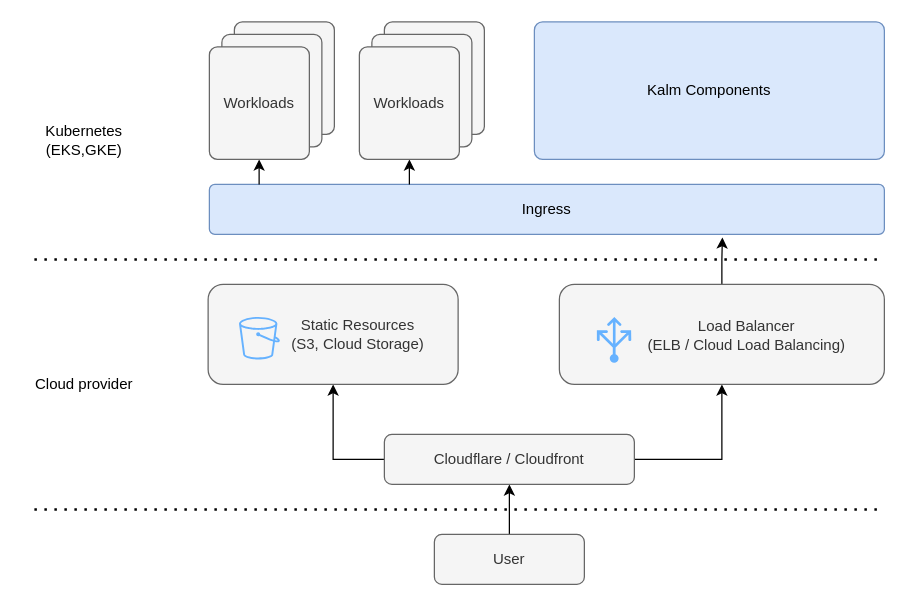
The draw.io diagram whole-picture.drawio in davidqhr/diagrams-storage, before the edit. Source tidied: cells renumbered, new cells numbered last; positions are measured from the earlier drawing's top-left corner, leaving out a move shared by most shapes. Both pictures are drawn from the tidied source at 125%, with x=0, y=0 at pixel (21, 21).
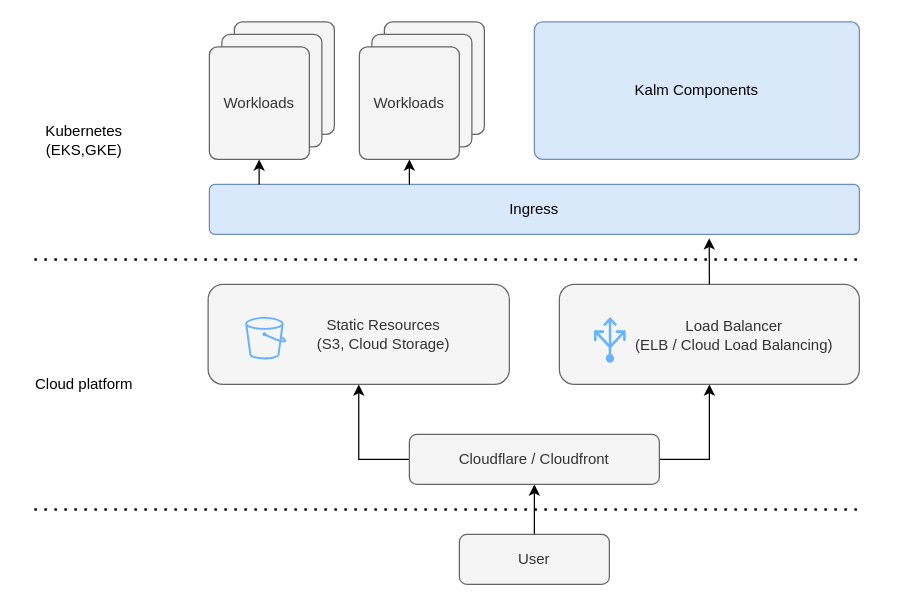
After the change.

What changed in the source:
```diff
@@
     <mxCell id="3" value="User" style="rounded=1;whiteSpace=wrap;html=1;fillColor=#f5f5f5;strokeColor=#666666;fontColor=#333333;" parent="1" vertex="1">
-      <mxGeometry x="330" y="410" width="120" height="40" as="geometry" />
+      <mxGeometry x="350" y="410" width="120" height="40" as="geometry" />
     </mxCell>
@@
     <mxCell id="6" value="Cloudflare / Cloudfront" style="rounded=1;whiteSpace=wrap;html=1;fillColor=#f5f5f5;strokeColor=#666666;fontColor=#333333;" parent="1" vertex="1">
-      <mxGeometry x="290" y="330" width="200" height="40" as="geometry" />
+      <mxGeometry x="310" y="330" width="200" height="40" as="geometry" />
     </mxCell>
@@
-    <mxCell id="8" style="edgeStyle=orthogonalEdgeStyle;rounded=0;jettySize=auto;html=1;entryX=0.76;entryY=1.06;entryDx=0;entryDy=0;entryPerimeter=0;" parent="1" edge="1" source="18" target="11">
-      <mxGeometry relative="1" as="geometry" />
-    </mxCell>
     <mxCell id="9" style="endArrow=none;dashed=1;html=1;dashPattern=1 3;strokeWidth=2;" parent="1" edge="1">
       <mxGeometry relative="1" as="geometry">
         <mxPoint x="10" y="190" as="sourcePoint" />
-        <mxPoint x="690" y="190" as="targetPoint" />
+        <mxPoint x="670" y="190" as="targetPoint" />
       </mxGeometry>
     </mxCell>
     <mxCell id="10" style="endArrow=none;dashed=1;html=1;dashPattern=1 3;strokeWidth=2;" parent="1" edge="1">
       <mxGeometry relative="1" as="geometry">
         <mxPoint x="10" y="390" as="sourcePoint" />
-        <mxPoint x="690" y="390" as="targetPoint" />
+        <mxPoint x="670" y="390" as="targetPoint" />
       </mxGeometry>
     </mxCell>
     <mxCell id="11" value="Ingress" style="rounded=1;whiteSpace=wrap;html=1;fillColor=#dae8fc;strokeColor=#6c8ebf;arcSize=11;" parent="1" vertex="1">
-      <mxGeometry x="150" y="130" width="540" height="40" as="geometry" />
+      <mxGeometry x="150" y="130" width="520" height="40" as="geometry" />
     </mxCell>
     <mxCell id="12" value="Kalm Components" style="rounded=1;whiteSpace=wrap;html=1;fillColor=#dae8fc;strokeColor=#6c8ebf;arcSize=6;" parent="1" vertex="1">
-      <mxGeometry x="410" width="280" height="110" as="geometry" />
+      <mxGeometry x="410" width="260" height="110" as="geometry" />
     </mxCell>
-    <mxCell id="13" value="Cloud provider" style="text;html=1;strokeColor=none;fillColor=none;align=center;verticalAlign=middle;whiteSpace=wrap;rounded=0;" parent="1" vertex="1">
+    <mxCell id="13" value="Cloud platform" style="text;html=1;strokeColor=none;fillColor=none;align=center;verticalAlign=middle;whiteSpace=wrap;rounded=0;" parent="1" vertex="1">
       <mxGeometry y="280" width="100" height="20" as="geometry" />
     </mxCell>
@@
     <mxCell id="17" style="group;" parent="1" vertex="1">
-      <mxGeometry x="430" y="210" width="260" height="80" as="geometry" />
+      <mxGeometry x="430" y="210" width="240" height="80" as="geometry" />
     </mxCell>
     <mxCell id="18" value="Load Balancer&lt;br&gt;(ELB /&amp;nbsp;Cloud Load Balancing)" style="rounded=1;whiteSpace=wrap;html=1;fillColor=#f5f5f5;strokeColor=#666666;align=center;spacingTop=1;spacingLeft=40;fontColor=#333333;" parent="17" vertex="1">
-      <mxGeometry width="260" height="80" as="geometry" />
+      <mxGeometry width="240" height="80" as="geometry" />
     </mxCell>
     <mxCell id="19" style="verticalLabelPosition=bottom;html=1;verticalAlign=top;align=center;strokeColor=none;shape=mxgraph.azure.load_balancer_generic;rotation=-180;fillColor=#66B2FF;" parent="17" vertex="1">
-      <mxGeometry x="30" y="26" width="27.5" height="36.7" as="geometry" />
+      <mxGeometry x="27.7" y="26" width="25.4" height="36.7" as="geometry" />
     </mxCell>
     <mxCell id="20" style="group;" parent="1" vertex="1">
-      <mxGeometry x="149" y="210" width="200" height="80" as="geometry" />
+      <mxGeometry x="149" y="210" width="241" height="80" as="geometry" />
     </mxCell>
     <mxCell id="21" value="Static Resources &lt;br&gt;(S3, Cloud Storage)" style="rounded=1;whiteSpace=wrap;html=1;fillColor=#f5f5f5;strokeColor=#666666;spacingLeft=40;fontColor=#333333;" parent="20" vertex="1">
-      <mxGeometry width="200" height="80" as="geometry" />
+      <mxGeometry width="241" height="80" as="geometry" />
     </mxCell>
     <mxCell id="22" style="fontColor=#232F3E;gradientColor=none;strokeColor=none;dashed=0;verticalLabelPosition=bottom;verticalAlign=top;align=center;html=1;fontSize=12;fontStyle=0;shape=mxgraph.aws4.bucket;fillColor=#66B2FF;" parent="20" vertex="1">
-      <mxGeometry x="24.7" y="26" width="32.7" height="34" as="geometry" />
+      <mxGeometry x="29.7" y="26" width="32.7" height="34" as="geometry" />
     </mxCell>
@@
+    <mxCell id="8" style="edgeStyle=orthogonalEdgeStyle;rounded=0;jettySize=auto;html=1;exitX=0.5;exitY=0;exitDx=0;exitDy=0;entryX=0.769;entryY=1.078;entryDx=0;entryDy=0;entryPerimeter=0;" parent="1" edge="1" source="18" target="11">
+      <mxGeometry relative="1" as="geometry" />
+    </mxCell>
```
